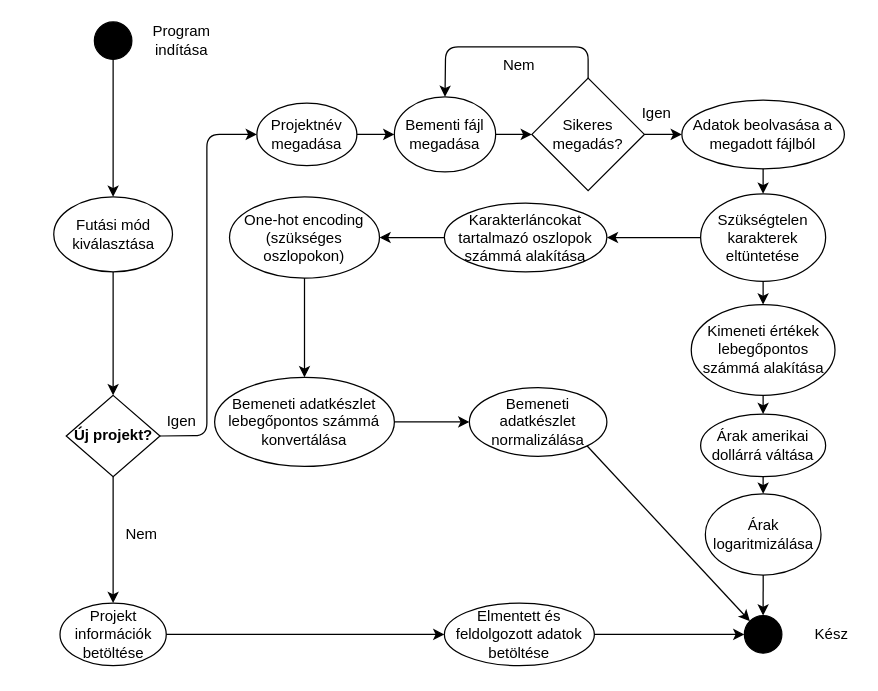
Before: Folyamat1.drawio in HabanAndras/Gepi-latas, a draw.io diagram. Source tidied: cells renumbered, new cells numbered last; positions are measured from the earlier drawing's top-left corner, leaving out a move shared by most shapes. Both pictures are drawn from the tidied source at 125%, with x=0, y=0 at pixel (54, 21).
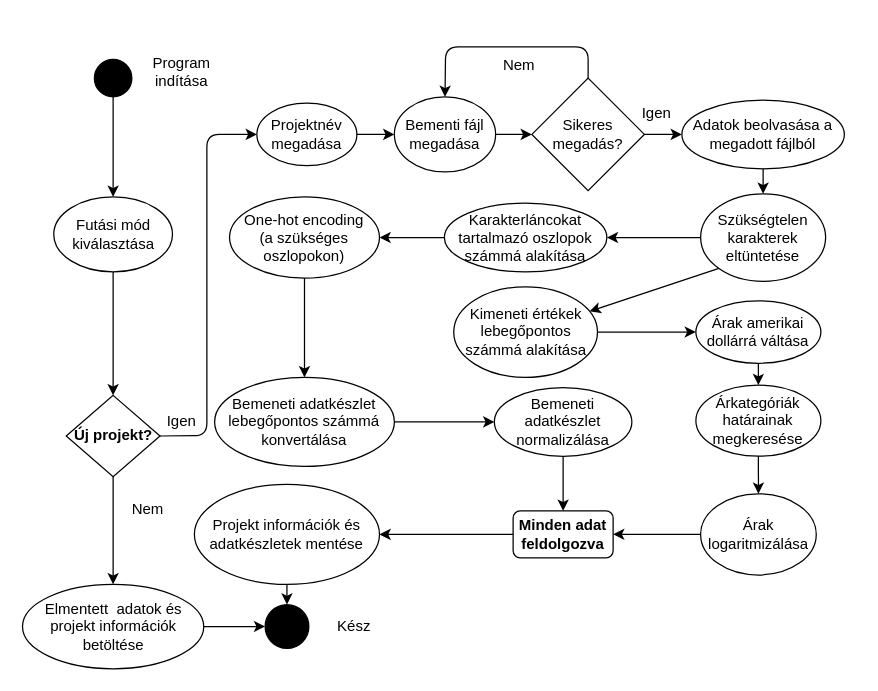
The same page after the edit.

Unchanged cells that the change refers to:
```xml
<mxCell id="25" value="Szükségtelen karakterek eltüntetése" style="ellipse;whiteSpace=wrap;html=1;" parent="1" vertex="1">
  <mxGeometry x="517" y="137.5" width="100" height="70" as="geometry" />
</mxCell>
```

Diff of the diagram source:
```diff
@@
     <mxCell id="2" style="ellipse;whiteSpace=wrap;html=1;fillColor=#000000;" parent="1" vertex="1">
-      <mxGeometry x="32" width="30" height="30" as="geometry" />
+      <mxGeometry x="32" y="30" width="30" height="30" as="geometry" />
     </mxCell>
     <mxCell id="3" value="Program indítása" style="text;html=1;strokeColor=none;fillColor=none;align=center;verticalAlign=middle;whiteSpace=wrap;rounded=0;" parent="1" vertex="1">
-      <mxGeometry x="82" y="5" width="40" height="20" as="geometry" />
+      <mxGeometry x="82" y="30" width="40" height="20" as="geometry" />
     </mxCell>
     <mxCell id="4" style="ellipse;whiteSpace=wrap;html=1;fillColor=#000000;" parent="1" vertex="1">
-      <mxGeometry x="552" y="475" width="30" height="30" as="geometry" />
+      <mxGeometry x="168.6" y="466.2" width="35" height="35" as="geometry" />
     </mxCell>
-    <mxCell id="5" value="Kész" style="text;html=1;strokeColor=none;fillColor=none;align=center;verticalAlign=middle;whiteSpace=wrap;rounded=0;" parent="1" vertex="1">
-      <mxGeometry x="602" y="480" width="40" height="20" as="geometry" />
-    </mxCell>
@@
-    <mxCell id="7" value="Projekt információk betöltése" style="ellipse;whiteSpace=wrap;html=1;" parent="1" vertex="1">
-      <mxGeometry x="4.5" y="465" width="85" height="50" as="geometry" />
+    <mxCell id="7" value="Elmentett&amp;nbsp; adatok és projekt információk betöltése" style="ellipse;whiteSpace=wrap;html=1;" parent="1" vertex="1">
+      <mxGeometry x="-25.5" y="450" width="145" height="67.5" as="geometry" />
     </mxCell>
-    <mxCell id="8" style="endArrow=classic;html=1;exitX=1;exitY=0.5;exitDx=0;exitDy=0;entryX=0;entryY=0.5;entryDx=0;entryDy=0;" parent="1" edge="1" source="7" target="9">
-      <mxGeometry relative="1" as="geometry" />
-    </mxCell>
-    <mxCell id="9" value="Elmentett és feldolgozott adatok betöltése" style="ellipse;whiteSpace=wrap;html=1;" parent="1" vertex="1">
-      <mxGeometry x="312" y="465" width="120" height="50" as="geometry" />
-    </mxCell>
@@
-    <mxCell id="14" style="endArrow=classic;html=1;exitX=1;exitY=0.5;exitDx=0;exitDy=0;entryX=0;entryY=0.5;entryDx=0;entryDy=0;" parent="1" edge="1" source="9" target="4">
-      <mxGeometry relative="1" as="geometry" />
-    </mxCell>
@@
     <mxCell id="28" value="Bemeneti adatkészlet normalizálása" style="ellipse;whiteSpace=wrap;html=1;" parent="1" vertex="1">
-      <mxGeometry x="332" y="292.5" width="110" height="55" as="geometry" />
+      <mxGeometry x="352" y="292.5" width="110" height="55" as="geometry" />
     </mxCell>
@@
-    <mxCell id="31" style="endArrow=classic;html=1;exitX=0.5;exitY=1;exitDx=0;exitDy=0;" parent="1" edge="1" source="25" target="32">
+    <mxCell id="31" style="endArrow=classic;html=1;exitX=0;exitY=1;exitDx=0;exitDy=0;" parent="1" edge="1" source="25" target="32">
       <mxGeometry relative="1" as="geometry" />
     </mxCell>
     <mxCell id="32" value="Kimeneti értékek lebegőpontos számmá alakítása" style="ellipse;whiteSpace=wrap;html=1;" parent="1" vertex="1">
-      <mxGeometry x="509.5" y="226.2" width="115" height="72.5" as="geometry" />
+      <mxGeometry x="319.5" y="211.9" width="115" height="72.5" as="geometry" />
     </mxCell>
     <mxCell id="33" value="Árak amerikai dollárrá váltása" style="ellipse;whiteSpace=wrap;html=1;" parent="1" vertex="1">
-      <mxGeometry x="517" y="313.8" width="100" height="50" as="geometry" />
+      <mxGeometry x="513.2" y="223.1" width="100" height="50" as="geometry" />
     </mxCell>
-    <mxCell id="34" style="endArrow=classic;html=1;exitX=0.5;exitY=1;exitDx=0;exitDy=0;" parent="1" edge="1" source="32" target="33">
-      <mxGeometry relative="1" as="geometry" />
-    </mxCell>
     <mxCell id="35" value="Árak logaritmizálása" style="ellipse;whiteSpace=wrap;html=1;" parent="1" vertex="1">
-      <mxGeometry x="520.8" y="377.5" width="92.5" height="65" as="geometry" />
+      <mxGeometry x="517" y="377.5" width="92.5" height="65" as="geometry" />
     </mxCell>
-    <mxCell id="36" style="endArrow=classic;html=1;exitX=0.5;exitY=1;exitDx=0;exitDy=0;entryX=0.5;entryY=0;entryDx=0;entryDy=0;" parent="1" edge="1" source="35" target="4">
-      <mxGeometry relative="1" as="geometry" />
-    </mxCell>
     <mxCell id="37" value="Nem" style="text;html=1;strokeColor=none;fillColor=none;align=center;verticalAlign=middle;whiteSpace=wrap;rounded=0;" parent="1" vertex="1">
-      <mxGeometry x="49.5" y="400" width="40" height="20" as="geometry" />
+      <mxGeometry x="54.5" y="380" width="40" height="20" as="geometry" />
     </mxCell>
@@
-    <mxCell id="40" style="endArrow=classic;html=1;exitX=0.5;exitY=1;exitDx=0;exitDy=0;entryX=0.5;entryY=0;entryDx=0;entryDy=0;" parent="1" edge="1" source="33" target="35">
-      <mxGeometry relative="1" as="geometry" />
-    </mxCell>
@@
-    <mxCell id="42" value="&lt;div&gt;One-hot encoding&lt;/div&gt;&lt;div&gt;(szükséges oszlopokon)&lt;br&gt;&lt;/div&gt;" style="ellipse;whiteSpace=wrap;html=1;" parent="1" vertex="1">
+    <mxCell id="42" value="&lt;div&gt;One-hot encoding&lt;/div&gt;&lt;div&gt;(a szükséges oszlopokon)&lt;br&gt;&lt;/div&gt;" style="ellipse;whiteSpace=wrap;html=1;" parent="1" vertex="1">
       <mxGeometry x="140.1" y="140" width="120" height="65" as="geometry" />
     </mxCell>
-    <mxCell id="43" style="endArrow=classic;html=1;exitX=1;exitY=1;exitDx=0;exitDy=0;entryX=0;entryY=0;entryDx=0;entryDy=0;" parent="1" edge="1" source="28" target="4">
-      <mxGeometry relative="1" as="geometry" />
-    </mxCell>
@@
+    <mxCell id="47" value="Projekt információk és adatkészletek mentése" style="ellipse;whiteSpace=wrap;html=1;" parent="1" vertex="1">
+      <mxGeometry x="112" y="370" width="148.1" height="80" as="geometry" />
+    </mxCell>
+    <mxCell id="48" style="edgeStyle=orthogonalEdgeStyle;rounded=0;orthogonalLoop=1;jettySize=auto;html=1;exitX=0.5;exitY=1;exitDx=0;exitDy=0;" parent="1" edge="1">
+      <mxGeometry relative="1" as="geometry">
+        <mxPoint x="202" y="390" as="sourcePoint" />
+        <mxPoint x="202" y="390" as="targetPoint" />
+      </mxGeometry>
+    </mxCell>
+    <mxCell id="49" style="endArrow=classic;html=1;exitX=0;exitY=0.5;exitDx=0;exitDy=0;entryX=1;entryY=0.5;entryDx=0;entryDy=0;" parent="1" edge="1" source="35" target="53">
+      <mxGeometry relative="1" as="geometry" />
+    </mxCell>
+    <mxCell id="50" style="endArrow=classic;html=1;exitX=0;exitY=0.5;exitDx=0;exitDy=0;entryX=1;entryY=0.5;entryDx=0;entryDy=0;" parent="1" edge="1" target="47">
+      <mxGeometry relative="1" as="geometry">
+        <mxPoint x="384.5" y="410" as="sourcePoint" />
+      </mxGeometry>
+    </mxCell>
+    <mxCell id="51" style="endArrow=classic;html=1;exitX=0.5;exitY=1;exitDx=0;exitDy=0;entryX=0.5;entryY=0;entryDx=0;entryDy=0;" parent="1" edge="1" source="47" target="4">
+      <mxGeometry relative="1" as="geometry" />
+    </mxCell>
+    <mxCell id="52" style="endArrow=classic;html=1;exitX=1;exitY=0.5;exitDx=0;exitDy=0;entryX=0;entryY=0.5;entryDx=0;entryDy=0;" parent="1" edge="1" source="7" target="4">
+      <mxGeometry relative="1" as="geometry" />
+    </mxCell>
+    <mxCell id="5" value="Kész" style="text;html=1;strokeColor=none;fillColor=none;align=center;verticalAlign=middle;whiteSpace=wrap;rounded=0;" parent="1" vertex="1">
+      <mxGeometry x="220.1" y="473.8" width="40" height="20" as="geometry" />
+    </mxCell>
+    <mxCell id="53" value="&lt;b&gt;Minden adat feldolgozva&lt;br&gt;&lt;/b&gt;" style="rounded=1;whiteSpace=wrap;html=1;" parent="1" vertex="1">
+      <mxGeometry x="367" y="391.2" width="80" height="37.5" as="geometry" />
+    </mxCell>
+    <mxCell id="54" style="endArrow=classic;html=1;exitX=0.5;exitY=1;exitDx=0;exitDy=0;entryX=0.5;entryY=0;entryDx=0;entryDy=0;" parent="1" edge="1" source="28" target="53">
+      <mxGeometry relative="1" as="geometry" />
+    </mxCell>
+    <mxCell id="34" style="endArrow=classic;html=1;exitX=1;exitY=0.5;exitDx=0;exitDy=0;entryX=0;entryY=0.5;entryDx=0;entryDy=0;" parent="1" edge="1" source="32" target="33">
+      <mxGeometry relative="1" as="geometry" />
+    </mxCell>
+    <mxCell id="55" value="Árkategóriák határainak megkeresése" style="ellipse;whiteSpace=wrap;html=1;" parent="1" vertex="1">
+      <mxGeometry x="513.2" y="290.6" width="100" height="56.9" as="geometry" />
+    </mxCell>
+    <mxCell id="56" style="endArrow=classic;html=1;exitX=0.5;exitY=1;exitDx=0;exitDy=0;entryX=0.5;entryY=0;entryDx=0;entryDy=0;" parent="1" edge="1" source="55" target="35">
+      <mxGeometry relative="1" as="geometry" />
+    </mxCell>
+    <mxCell id="57" style="endArrow=classic;html=1;exitX=0.5;exitY=1;exitDx=0;exitDy=0;entryX=0.5;entryY=0;entryDx=0;entryDy=0;" parent="1" edge="1" source="33" target="55">
+      <mxGeometry relative="1" as="geometry" />
+    </mxCell>
```
